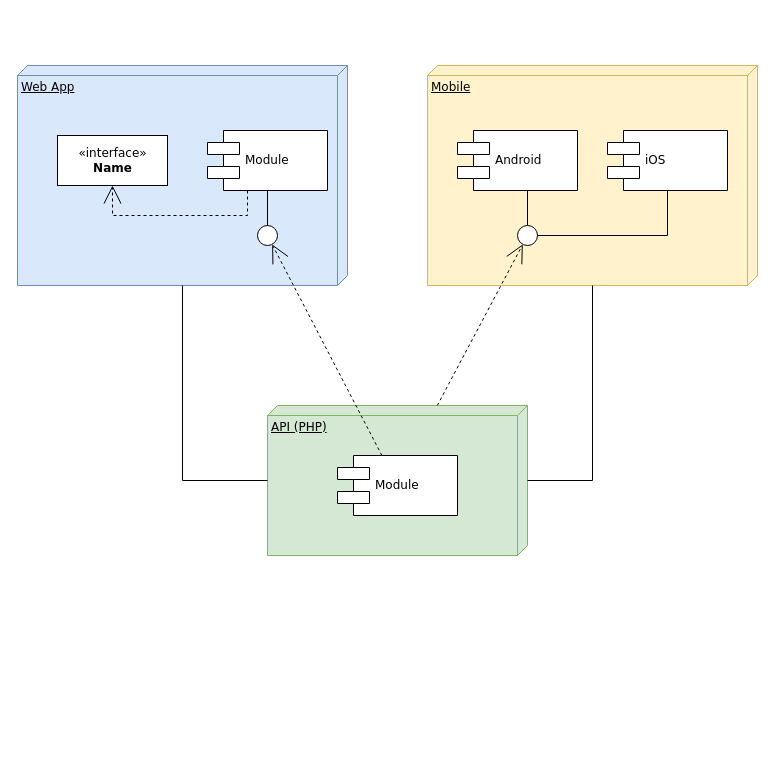
Earlier version of the draw.io diagram AreaTunes01.drawio (cephydex/archdiags). Source tidied: cells renumbered, new cells numbered last; positions are measured from the earlier drawing's top-left corner, leaving out a move shared by most shapes. Both pictures are drawn from the tidied source at 100%, with x=0, y=0 at pixel (17, 65).
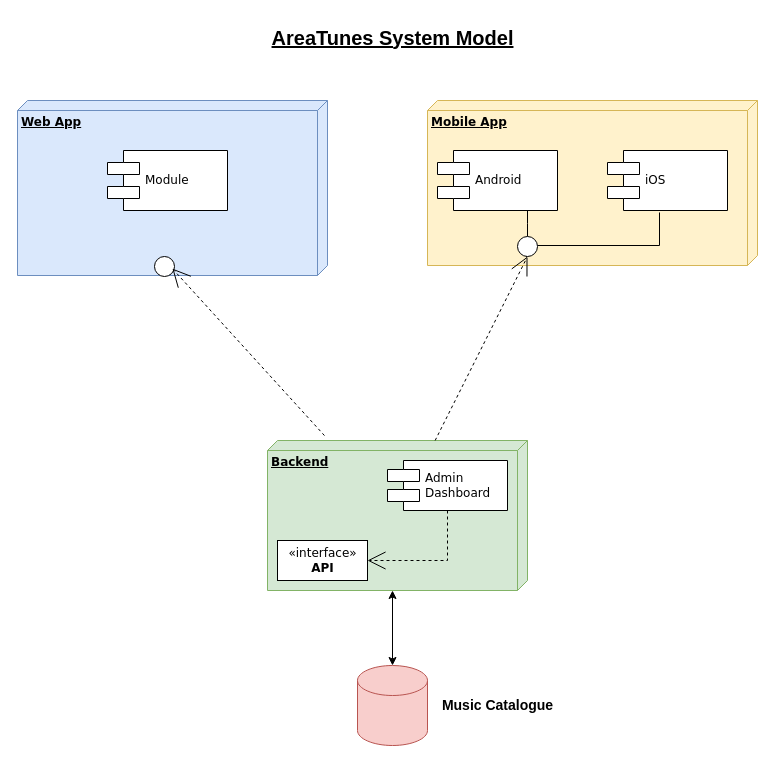
The same diagram, later.

Change to the diagram source:
```diff
@@
-<mxGraphModel>
+<mxGraphModel background="#ffffff">
@@
-    <mxCell id="2" value="Web App" style="verticalAlign=top;align=left;spacingTop=8;spacingLeft=2;spacingRight=12;shape=cube;size=10;direction=south;fontStyle=4;html=1;rounded=0;shadow=0;comic=0;labelBackgroundColor=none;strokeWidth=1;fontFamily=Verdana;fontSize=12;fillColor=#dae8fc;strokeColor=#6c8ebf;" parent="1" vertex="1">
-      <mxGeometry width="330" height="220" as="geometry" />
+    <mxCell id="2" value="&lt;b&gt;Web App&lt;/b&gt;" style="verticalAlign=top;align=left;spacingTop=8;spacingLeft=2;spacingRight=12;shape=cube;size=10;direction=south;fontStyle=4;html=1;rounded=0;shadow=0;comic=0;labelBackgroundColor=none;strokeWidth=1;fontFamily=Verdana;fontSize=12;fillColor=#dae8fc;strokeColor=#6c8ebf;" parent="1" vertex="1">
+      <mxGeometry y="35" width="310" height="175" as="geometry" />
     </mxCell>
-    <mxCell id="3" value="Mobile" style="verticalAlign=top;align=left;spacingTop=8;spacingLeft=2;spacingRight=12;shape=cube;size=10;direction=south;fontStyle=4;html=1;rounded=0;shadow=0;comic=0;labelBackgroundColor=none;strokeWidth=1;fontFamily=Verdana;fontSize=12;fillColor=#fff2cc;strokeColor=#d6b656;" parent="1" vertex="1">
-      <mxGeometry x="410" width="330" height="220" as="geometry" />
+    <mxCell id="3" value="&lt;b&gt;Mobile App&lt;/b&gt;" style="verticalAlign=top;align=left;spacingTop=8;spacingLeft=2;spacingRight=12;shape=cube;size=10;direction=south;fontStyle=4;html=1;rounded=0;shadow=0;comic=0;labelBackgroundColor=none;strokeWidth=1;fontFamily=Verdana;fontSize=12;fillColor=#fff2cc;strokeColor=#d6b656;" parent="1" vertex="1">
+      <mxGeometry x="410" y="35" width="330" height="165" as="geometry" />
     </mxCell>
-    <mxCell id="4" value="API (PHP)" style="verticalAlign=top;align=left;spacingTop=8;spacingLeft=2;spacingRight=12;shape=cube;size=10;direction=south;fontStyle=4;html=1;rounded=0;shadow=0;comic=0;labelBackgroundColor=none;strokeWidth=1;fontFamily=Verdana;fontSize=12;fillColor=#d5e8d4;strokeColor=#82b366;" parent="1" vertex="1">
-      <mxGeometry x="250" y="340" width="260" height="150" as="geometry" />
+    <mxCell id="4" value="&lt;b&gt;Backend&lt;/b&gt;" style="verticalAlign=top;align=left;spacingTop=8;spacingLeft=2;spacingRight=12;shape=cube;size=10;direction=south;fontStyle=4;html=1;rounded=0;shadow=0;comic=0;labelBackgroundColor=none;strokeWidth=1;fontFamily=Verdana;fontSize=12;fillColor=#d5e8d4;strokeColor=#82b366;" parent="1" vertex="1">
+      <mxGeometry x="250" y="375" width="260" height="150" as="geometry" />
     </mxCell>
-    <mxCell id="5" value="&amp;laquo;interface&amp;raquo;&lt;br&gt;&lt;b&gt;Name&lt;/b&gt;" style="html=1;rounded=0;shadow=0;comic=0;labelBackgroundColor=none;strokeWidth=1;fontFamily=Verdana;fontSize=12;align=center;" parent="1" vertex="1">
-      <mxGeometry x="40" y="70" width="110" height="50" as="geometry" />
-    </mxCell>
     <mxCell id="6" value="Module" style="shape=component;align=left;spacingLeft=36;rounded=0;shadow=0;comic=0;labelBackgroundColor=none;strokeWidth=1;fontFamily=Verdana;fontSize=12;html=1;" parent="1" vertex="1">
-      <mxGeometry x="190" y="65" width="120" height="60" as="geometry" />
+      <mxGeometry x="90" y="85" width="120" height="60" as="geometry" />
     </mxCell>
     <mxCell id="7" style="ellipse;whiteSpace=wrap;html=1;rounded=0;shadow=0;comic=0;labelBackgroundColor=none;strokeWidth=1;fontFamily=Verdana;fontSize=12;align=center;" parent="1" vertex="1">
-      <mxGeometry x="240" y="160" width="20" height="20" as="geometry" />
+      <mxGeometry x="137" y="191" width="20" height="20" as="geometry" />
     </mxCell>
     <mxCell id="8" value="Android" style="shape=component;align=left;spacingLeft=36;rounded=0;shadow=0;comic=0;labelBackgroundColor=none;strokeWidth=1;fontFamily=Verdana;fontSize=12;html=1;" parent="1" vertex="1">
-      <mxGeometry x="440" y="65" width="120" height="60" as="geometry" />
+      <mxGeometry x="420" y="85" width="120" height="60" as="geometry" />
     </mxCell>
-    <mxCell id="9" style="ellipse;whiteSpace=wrap;html=1;rounded=0;shadow=0;comic=0;labelBackgroundColor=none;strokeWidth=1;fontFamily=Verdana;fontSize=12;align=center;" parent="1" vertex="1">
-      <mxGeometry x="500" y="160" width="20" height="20" as="geometry" />
-    </mxCell>
-    <mxCell id="10" value="Module" style="shape=component;align=left;spacingLeft=36;rounded=0;shadow=0;comic=0;labelBackgroundColor=none;strokeWidth=1;fontFamily=Verdana;fontSize=12;html=1;" parent="1" vertex="1">
-      <mxGeometry x="320" y="390" width="120" height="60" as="geometry" />
+    <mxCell id="10" value="Admin&lt;br&gt;Dashboard" style="shape=component;align=left;spacingLeft=36;rounded=0;shadow=0;comic=0;labelBackgroundColor=none;strokeWidth=1;fontFamily=Verdana;fontSize=12;html=1;" parent="1" vertex="1">
+      <mxGeometry x="370" y="395" width="120" height="50" as="geometry" />
     </mxCell>
-    <mxCell id="11" style="edgeStyle=none;rounded=0;html=1;dashed=1;labelBackgroundColor=none;startArrow=none;startFill=0;startSize=8;endArrow=open;endFill=0;endSize=16;fontFamily=Verdana;fontSize=12;" parent="1" edge="1" source="10" target="7">
-      <mxGeometry relative="1" as="geometry" />
+    <mxCell id="11" style="edgeStyle=none;rounded=0;html=1;dashed=1;labelBackgroundColor=none;startArrow=none;startFill=0;startSize=8;endArrow=open;endFill=0;endSize=16;fontFamily=Verdana;fontSize=12;exitX=-0.033;exitY=0.781;exitDx=0;exitDy=0;exitPerimeter=0;" parent="1" edge="1" source="4">
+      <mxGeometry relative="1" as="geometry">
+        <mxPoint x="154.9" y="203.1" as="targetPoint" />
+      </mxGeometry>
     </mxCell>
-    <mxCell id="12" style="edgeStyle=none;rounded=0;html=1;dashed=1;labelBackgroundColor=none;startArrow=none;startFill=0;startSize=8;endArrow=open;endFill=0;endSize=16;fontFamily=Verdana;fontSize=12;" parent="1" edge="1" source="4" target="9">
+    <mxCell id="12" style="edgeStyle=none;rounded=0;html=1;dashed=1;labelBackgroundColor=none;startArrow=none;startFill=0;startSize=8;endArrow=open;endFill=0;endSize=16;fontFamily=Verdana;fontSize=12;entryX=0.5;entryY=1;entryDx=0;entryDy=0;" parent="1" edge="1" source="4" target="9">
       <mxGeometry relative="1" as="geometry" />
     </mxCell>
@@
-    <mxCell id="14" style="edgeStyle=elbowEdgeStyle;rounded=0;html=1;labelBackgroundColor=none;startArrow=none;startFill=0;startSize=8;endArrow=none;endFill=0;endSize=16;fontFamily=Verdana;fontSize=12;" parent="1" edge="1" source="7" target="6">
-      <mxGeometry relative="1" as="geometry" />
-    </mxCell>
-    <mxCell id="15" style="edgeStyle=orthogonalEdgeStyle;rounded=0;html=1;labelBackgroundColor=none;startArrow=none;startFill=0;startSize=8;endArrow=open;endFill=0;endSize=16;fontFamily=Verdana;fontSize=12;dashed=1;" parent="1" edge="1" source="6" target="5">
-      <mxGeometry relative="1" as="geometry">
-        <Array as="points">
-          <mxPoint x="230" y="150" />
-          <mxPoint x="95" y="150" />
-        </Array>
-      </mxGeometry>
-    </mxCell>
-    <mxCell id="16" style="edgeStyle=orthogonalEdgeStyle;rounded=0;html=1;labelBackgroundColor=none;startArrow=none;startFill=0;startSize=8;endArrow=none;endFill=0;endSize=16;fontFamily=Verdana;fontSize=12;" parent="1" edge="1" source="4" target="3">
-      <mxGeometry relative="1" as="geometry">
-        <Array as="points">
-          <mxPoint x="575" y="415" />
-        </Array>
-      </mxGeometry>
-    </mxCell>
-    <mxCell id="17" style="edgeStyle=orthogonalEdgeStyle;rounded=0;html=1;labelBackgroundColor=none;startArrow=none;startFill=0;startSize=8;endArrow=none;endFill=0;endSize=16;fontFamily=Verdana;fontSize=12;" parent="1" edge="1" source="4" target="2">
-      <mxGeometry relative="1" as="geometry">
-        <Array as="points">
-          <mxPoint x="165" y="415" />
-        </Array>
-      </mxGeometry>
-    </mxCell>
     <mxCell id="18" value="iOS" style="shape=component;align=left;spacingLeft=36;rounded=0;shadow=0;comic=0;labelBackgroundColor=none;strokeWidth=1;fontFamily=Verdana;fontSize=12;html=1;" parent="1" vertex="1">
-      <mxGeometry x="590" y="65" width="120" height="60" as="geometry" />
+      <mxGeometry x="590" y="85" width="120" height="60" as="geometry" />
     </mxCell>
-    <mxCell id="19" style="edgeStyle=elbowEdgeStyle;rounded=0;html=1;labelBackgroundColor=none;startArrow=none;startFill=0;startSize=8;endArrow=none;endFill=0;endSize=16;fontFamily=Verdana;fontSize=12;entryX=0.5;entryY=1;entryDx=0;entryDy=0;" parent="1" edge="1" source="9" target="18">
+    <mxCell id="19" style="edgeStyle=elbowEdgeStyle;rounded=0;html=1;labelBackgroundColor=none;startArrow=none;startFill=0;startSize=8;endArrow=none;endFill=0;endSize=16;fontFamily=Verdana;fontSize=12;entryX=0.433;entryY=1.033;entryDx=0;entryDy=0;entryPerimeter=0;" parent="1" edge="1" source="9" target="18">
       <mxGeometry relative="1" as="geometry">
         <Array as="points">
-          <mxPoint x="650" y="150" />
+          <mxPoint x="642" y="180" />
+          <mxPoint x="642" y="170" />
         </Array>
       </mxGeometry>
     </mxCell>
+    <mxCell id="20" value="«interface»&lt;br&gt;&lt;b&gt;API&lt;/b&gt;" style="html=1;rounded=0;shadow=0;comic=0;labelBackgroundColor=none;strokeWidth=1;fontFamily=Verdana;fontSize=12;align=center;" parent="1" vertex="1">
+      <mxGeometry x="260" y="475" width="90" height="40" as="geometry" />
+    </mxCell>
+    <mxCell id="21" style="edgeStyle=orthogonalEdgeStyle;rounded=0;html=1;labelBackgroundColor=none;startArrow=none;startFill=0;startSize=8;endArrow=open;endFill=0;endSize=16;fontFamily=Verdana;fontSize=12;dashed=1;exitX=0.5;exitY=1;exitDx=0;exitDy=0;entryX=1;entryY=0.5;entryDx=0;entryDy=0;" parent="1" edge="1" source="10" target="20">
+      <mxGeometry relative="1" as="geometry">
+        <Array as="points">
+          <mxPoint x="430" y="495" />
+        </Array>
+      </mxGeometry>
+    </mxCell>
+    <mxCell id="22" style="shape=cylinder3;whiteSpace=wrap;html=1;boundedLbl=1;backgroundOutline=1;size=15;fillColor=#f8cecc;strokeColor=#b85450;" parent="1" vertex="1">
+      <mxGeometry x="340" y="600" width="70" height="80" as="geometry" />
+    </mxCell>
+    <mxCell id="23" style="endArrow=classic;startArrow=classic;html=1;rounded=0;exitX=0.5;exitY=0;exitDx=0;exitDy=0;exitPerimeter=0;entryX=0;entryY=0;entryDx=150;entryDy=135;entryPerimeter=0;" parent="1" edge="1" source="22" target="4">
+      <mxGeometry relative="1" as="geometry" />
+    </mxCell>
+    <mxCell id="24" value="Music Catalogue" style="text;html=1;align=center;verticalAlign=middle;strokeColor=none;fillColor=none;fontSize=14;fontStyle=1;" parent="1" vertex="1">
+      <mxGeometry x="415" y="625" width="130" height="30" as="geometry" />
+    </mxCell>
+    <mxCell id="25" value="&lt;u&gt;AreaTunes System Model&lt;/u&gt;" style="text;html=1;align=center;verticalAlign=middle;strokeColor=none;fillColor=none;fontSize=20;fontStyle=1;" parent="1" vertex="1">
+      <mxGeometry x="240" y="-48" width="270" height="40" as="geometry" />
+    </mxCell>
+    <mxCell id="26" style="edgeStyle=elbowEdgeStyle;rounded=0;html=1;labelBackgroundColor=none;startArrow=none;startFill=0;startSize=8;endArrow=none;endFill=0;endSize=16;fontFamily=Verdana;fontSize=12;entryX=0.433;entryY=1.033;entryDx=0;entryDy=0;entryPerimeter=0;" parent="1" edge="1" target="9">
+      <mxGeometry relative="1" as="geometry">
+        <mxPoint x="510" y="180" as="sourcePoint" />
+      </mxGeometry>
+    </mxCell>
+    <mxCell id="9" style="ellipse;whiteSpace=wrap;html=1;rounded=0;shadow=0;comic=0;labelBackgroundColor=none;strokeWidth=1;fontFamily=Verdana;fontSize=12;align=center;" parent="1" vertex="1">
+      <mxGeometry x="500" y="171" width="20" height="20" as="geometry" />
+    </mxCell>
```
